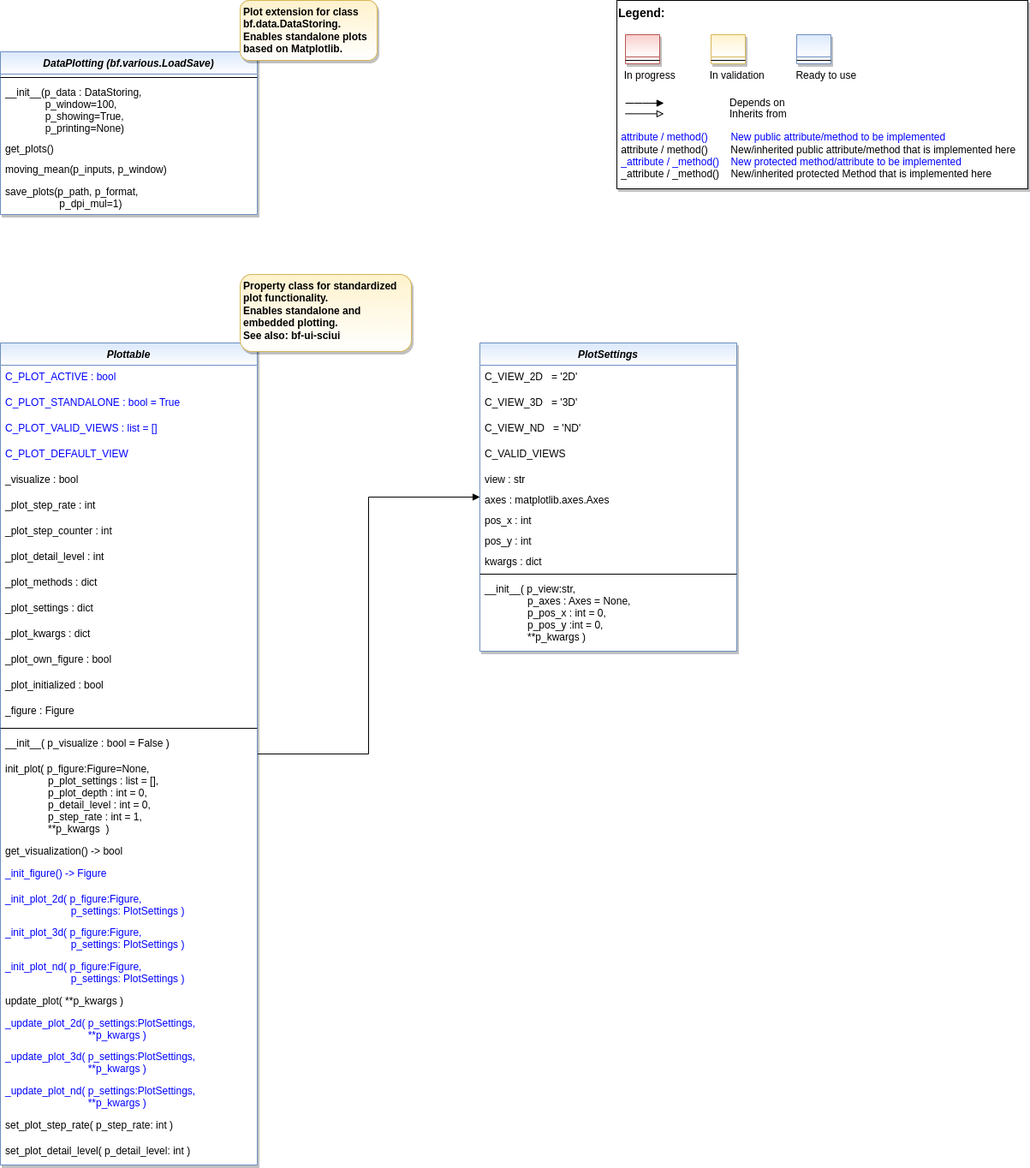
fhswf/MLPro keeps this draw.io diagram as doc/rtd/content/append2/core/images/bf/MLPro-BF-Plot_class_diagram.drawio.png. Above is the earlier version. Source tidied: cells renumbered, new cells last; positions are measured from the earlier drawing's top-left corner, leaving out a move shared by most shapes.
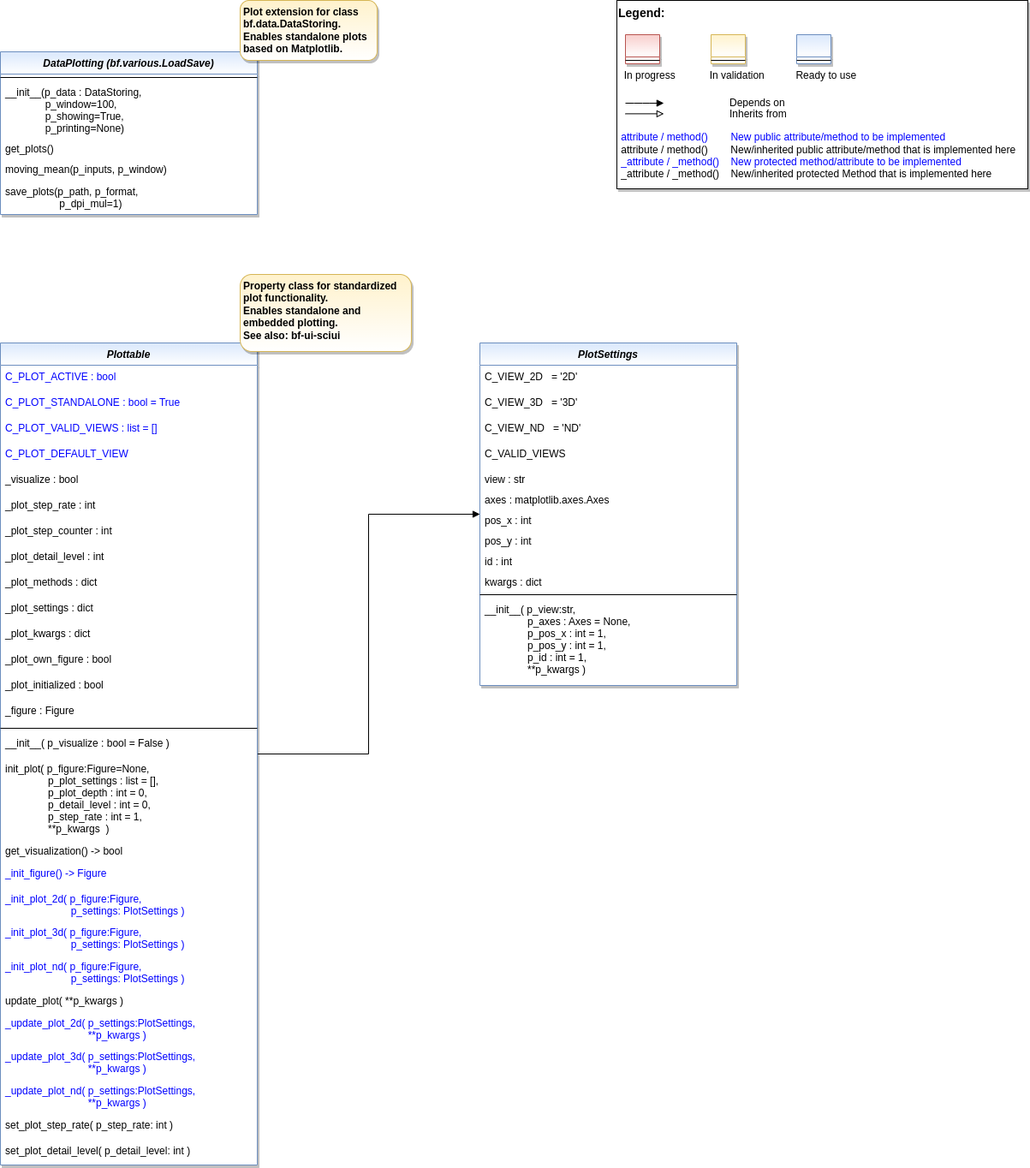
The same diagram one commit later.

Change to the diagram source:
```diff
@@ -158,7 +158,7 @@
       <mxGeometry x="280" width="160" height="70" as="geometry" />
     </mxCell>
     <mxCell id="50" value="PlotSettings" style="swimlane;fontStyle=3;align=center;verticalAlign=top;horizontal=1;startSize=26;rounded=0;shadow=1;strokeWidth=1;fillColor=#dae8fc;strokeColor=#6c8ebf;swimlaneFillColor=#FFFFFF;gradientColor=#FFFFFF;" parent="1" vertex="1">
-      <mxGeometry x="560" y="400" width="300" height="360" as="geometry" />
+      <mxGeometry x="560" y="400" width="300" height="400" as="geometry" />
     </mxCell>
     <mxCell id="51" value="C_VIEW_2D   = '2D'" style="text;align=left;verticalAlign=top;spacingLeft=4;spacingRight=4;overflow=hidden;fontColor=default;" parent="50" vertex="1">
       <mxGeometry y="26" width="300" height="30" as="geometry" />
@@ -184,14 +184,17 @@
     <mxCell id="58" value="pos_y : int" style="text;align=left;verticalAlign=top;spacingLeft=4;spacingRight=4;overflow=hidden;" parent="50" vertex="1">
       <mxGeometry y="218" width="300" height="24" as="geometry" />
     </mxCell>
+    <mxCell id="62" value="id : int" style="text;align=left;verticalAlign=top;spacingLeft=4;spacingRight=4;overflow=hidden;" parent="50" vertex="1">
+      <mxGeometry y="242" width="300" height="24" as="geometry" />
+    </mxCell>
     <mxCell id="59" value="kwargs : dict" style="text;align=left;verticalAlign=top;spacingLeft=4;spacingRight=4;overflow=hidden;" parent="50" vertex="1">
-      <mxGeometry y="242" width="300" height="24" as="geometry" />
+      <mxGeometry y="266" width="300" height="24" as="geometry" />
     </mxCell>
     <mxCell id="60" style="line;html=1;strokeWidth=1;align=left;verticalAlign=middle;spacingTop=-1;spacingLeft=3;spacingRight=3;labelPosition=right;" parent="50" vertex="1">
-      <mxGeometry y="266" width="300" height="8" as="geometry" />
+      <mxGeometry y="290" width="300" height="8" as="geometry" />
     </mxCell>
-    <mxCell id="61" value="__init__( p_view:str, &#10;               p_axes : Axes = None, &#10;               p_pos_x : int = 0,&#10;               p_pos_y :int = 0,&#10;               **p_kwargs )" style="text;align=left;verticalAlign=top;spacingLeft=4;spacingRight=4;overflow=hidden;" parent="50" vertex="1">
-      <mxGeometry y="274" width="300" height="86" as="geometry" />
+    <mxCell id="61" value="__init__( p_view:str, &#10;               p_axes : Axes = None, &#10;               p_pos_x : int = 1,&#10;               p_pos_y : int = 1,&#10;               p_id : int = 1,&#10;               **p_kwargs )" style="text;align=left;verticalAlign=top;spacingLeft=4;spacingRight=4;overflow=hidden;" parent="50" vertex="1">
+      <mxGeometry y="298" width="300" height="96" as="geometry" />
     </mxCell>
   </root>
 </mxGraphModel>
```
